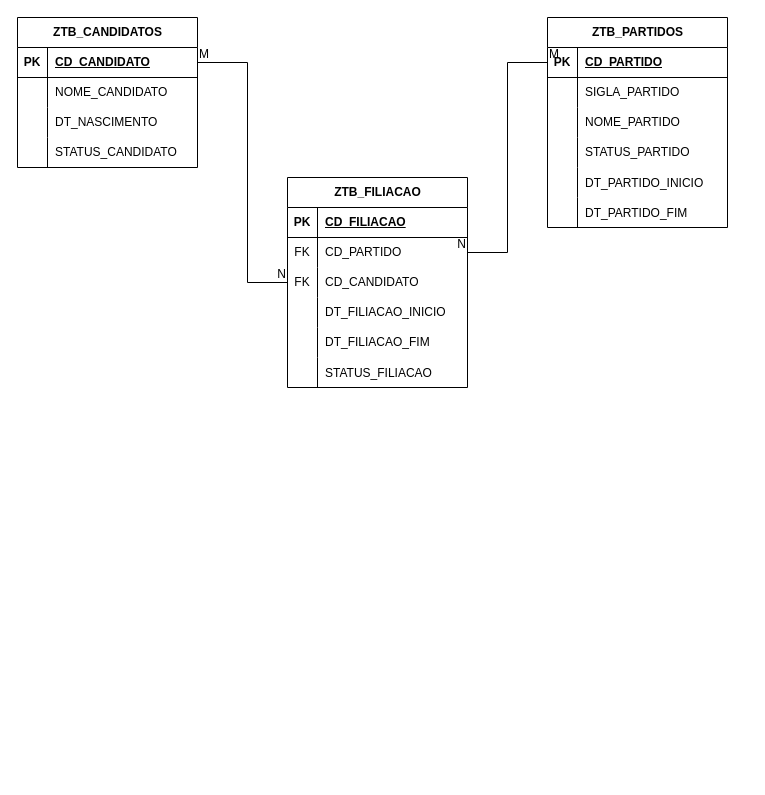
Earlier version of the draw.io diagram Diagrama sem nome.drawio (HerbertPossebon/Eleicoes). Source tidied: cells renumbered, new cells numbered last; positions are measured from the earlier drawing's top-left corner, leaving out a move shared by most shapes. Both pictures are drawn from the tidied source at 100%, with x=0, y=0 at pixel (17, 17).
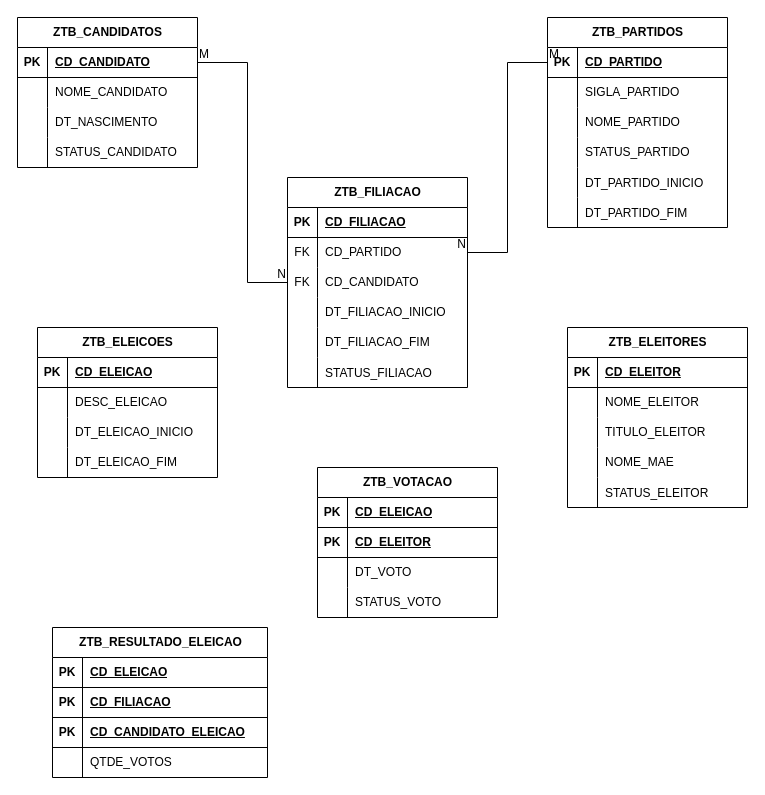
The same diagram, later.

Change to the diagram source:
```diff
@@
+    <mxCell id="59" value="ZTB_ELEICOES" style="shape=table;startSize=30;childLayout=tableLayout;rowLines=0;fontStyle=1;align=center;html=1;" parent="1" vertex="1">
+      <mxGeometry x="20" y="310" width="180" height="150" as="geometry" />
+    </mxCell>
+    <mxCell id="60" style="shape=tableRow;horizontal=0;startSize=0;swimlaneHead=0;swimlaneBody=0;fillColor=none;top=0;left=0;right=0;bottom=1;" parent="59" vertex="1">
+      <mxGeometry y="30" width="180" height="30" as="geometry" />
+    </mxCell>
+    <mxCell id="61" value="PK" style="shape=partialRectangle;fillColor=none;top=0;left=0;bottom=0;right=0;fontStyle=1;overflow=hidden;whiteSpace=wrap;html=1;" parent="60" vertex="1">
+      <mxGeometry width="30" height="30" as="geometry" />
+    </mxCell>
+    <mxCell id="62" value="CD_ELEICAO" style="shape=partialRectangle;fillColor=none;top=0;left=0;bottom=0;right=0;align=left;spacingLeft=6;fontStyle=5;overflow=hidden;whiteSpace=wrap;html=1;" parent="60" vertex="1">
+      <mxGeometry x="30" width="150" height="30" as="geometry" />
+    </mxCell>
+    <mxCell id="63" style="shape=tableRow;horizontal=0;startSize=0;swimlaneHead=0;swimlaneBody=0;fillColor=none;top=0;left=0;right=0;bottom=0;" parent="59" vertex="1">
+      <mxGeometry y="60" width="180" height="30" as="geometry" />
+    </mxCell>
+    <mxCell id="64" style="shape=partialRectangle;fillColor=none;top=0;left=0;bottom=0;right=0;overflow=hidden;whiteSpace=wrap;html=1;" parent="63" vertex="1">
+      <mxGeometry width="30" height="30" as="geometry" />
+    </mxCell>
+    <mxCell id="65" value="DESC_ELEICAO" style="shape=partialRectangle;fillColor=none;top=0;left=0;bottom=0;right=0;align=left;spacingLeft=6;overflow=hidden;whiteSpace=wrap;html=1;" parent="63" vertex="1">
+      <mxGeometry x="30" width="150" height="30" as="geometry" />
+    </mxCell>
+    <mxCell id="66" style="shape=tableRow;horizontal=0;startSize=0;swimlaneHead=0;swimlaneBody=0;fillColor=none;top=0;left=0;right=0;bottom=0;" parent="59" vertex="1">
+      <mxGeometry y="90" width="180" height="30" as="geometry" />
+    </mxCell>
+    <mxCell id="67" style="shape=partialRectangle;fillColor=none;top=0;left=0;bottom=0;right=0;overflow=hidden;whiteSpace=wrap;html=1;" parent="66" vertex="1">
+      <mxGeometry width="30" height="30" as="geometry" />
+    </mxCell>
+    <mxCell id="68" value="DT_ELEICAO_INICIO" style="shape=partialRectangle;fillColor=none;top=0;left=0;bottom=0;right=0;align=left;spacingLeft=6;overflow=hidden;whiteSpace=wrap;html=1;" parent="66" vertex="1">
+      <mxGeometry x="30" width="150" height="30" as="geometry" />
+    </mxCell>
+    <mxCell id="69" style="shape=tableRow;horizontal=0;startSize=0;swimlaneHead=0;swimlaneBody=0;fillColor=none;top=0;left=0;right=0;bottom=0;" parent="59" vertex="1">
+      <mxGeometry y="120" width="180" height="30" as="geometry" />
+    </mxCell>
+    <mxCell id="70" style="shape=partialRectangle;fillColor=none;top=0;left=0;bottom=0;right=0;overflow=hidden;whiteSpace=wrap;html=1;" parent="69" vertex="1">
+      <mxGeometry width="30" height="30" as="geometry" />
+    </mxCell>
+    <mxCell id="71" value="DT_ELEICAO_FIM" style="shape=partialRectangle;fillColor=none;top=0;left=0;bottom=0;right=0;align=left;spacingLeft=6;overflow=hidden;whiteSpace=wrap;html=1;" parent="69" vertex="1">
+      <mxGeometry x="30" width="150" height="30" as="geometry" />
+    </mxCell>
+    <mxCell id="72" value="ZTB_VOTACAO" style="shape=table;startSize=30;childLayout=tableLayout;rowLines=0;fontStyle=1;align=center;html=1;" parent="1" vertex="1">
+      <mxGeometry x="300" y="450" width="180" height="150" as="geometry" />
+    </mxCell>
+    <mxCell id="73" style="shape=tableRow;horizontal=0;startSize=0;swimlaneHead=0;swimlaneBody=0;fillColor=none;top=0;left=0;right=0;bottom=1;" parent="72" vertex="1">
+      <mxGeometry y="30" width="180" height="30" as="geometry" />
+    </mxCell>
+    <mxCell id="74" value="PK" style="shape=partialRectangle;fillColor=none;top=0;left=0;bottom=0;right=0;fontStyle=1;overflow=hidden;whiteSpace=wrap;html=1;" parent="73" vertex="1">
+      <mxGeometry width="30" height="30" as="geometry" />
+    </mxCell>
+    <mxCell id="75" value="CD_ELEICAO" style="shape=partialRectangle;fillColor=none;top=0;left=0;bottom=0;right=0;align=left;spacingLeft=6;fontStyle=5;overflow=hidden;whiteSpace=wrap;html=1;" parent="73" vertex="1">
+      <mxGeometry x="30" width="150" height="30" as="geometry" />
+    </mxCell>
+    <mxCell id="76" style="shape=tableRow;horizontal=0;startSize=0;swimlaneHead=0;swimlaneBody=0;fillColor=none;top=0;left=0;right=0;bottom=1;" parent="72" vertex="1">
+      <mxGeometry y="60" width="180" height="30" as="geometry" />
+    </mxCell>
+    <mxCell id="77" value="PK" style="shape=partialRectangle;fillColor=none;top=0;left=0;bottom=0;right=0;fontStyle=1;overflow=hidden;whiteSpace=wrap;html=1;" parent="76" vertex="1">
+      <mxGeometry width="30" height="30" as="geometry" />
+    </mxCell>
+    <mxCell id="78" value="CD_ELEITOR" style="shape=partialRectangle;fillColor=none;top=0;left=0;bottom=0;right=0;align=left;spacingLeft=6;fontStyle=5;overflow=hidden;whiteSpace=wrap;html=1;" parent="76" vertex="1">
+      <mxGeometry x="30" width="150" height="30" as="geometry" />
+    </mxCell>
+    <mxCell id="79" style="shape=tableRow;horizontal=0;startSize=0;swimlaneHead=0;swimlaneBody=0;fillColor=none;top=0;left=0;right=0;bottom=0;" parent="72" vertex="1">
+      <mxGeometry y="90" width="180" height="30" as="geometry" />
+    </mxCell>
+    <mxCell id="80" style="shape=partialRectangle;fillColor=none;top=0;left=0;bottom=0;right=0;overflow=hidden;whiteSpace=wrap;html=1;" parent="79" vertex="1">
+      <mxGeometry width="30" height="30" as="geometry" />
+    </mxCell>
+    <mxCell id="81" value="DT_VOTO" style="shape=partialRectangle;fillColor=none;top=0;left=0;bottom=0;right=0;align=left;spacingLeft=6;overflow=hidden;whiteSpace=wrap;html=1;" parent="79" vertex="1">
+      <mxGeometry x="30" width="150" height="30" as="geometry" />
+    </mxCell>
+    <mxCell id="82" style="shape=tableRow;horizontal=0;startSize=0;swimlaneHead=0;swimlaneBody=0;fillColor=none;top=0;left=0;right=0;bottom=0;" parent="72" vertex="1">
+      <mxGeometry y="120" width="180" height="30" as="geometry" />
+    </mxCell>
+    <mxCell id="83" style="shape=partialRectangle;fillColor=none;top=0;left=0;bottom=0;right=0;fontStyle=0;overflow=hidden;whiteSpace=wrap;html=1;" parent="82" vertex="1">
+      <mxGeometry width="30" height="30" as="geometry" />
+    </mxCell>
+    <mxCell id="84" value="STATUS_VOTO" style="shape=partialRectangle;fillColor=none;top=0;left=0;bottom=0;right=0;align=left;spacingLeft=6;fontStyle=0;overflow=hidden;whiteSpace=wrap;html=1;" parent="82" vertex="1">
+      <mxGeometry x="30" width="150" height="30" as="geometry" />
+    </mxCell>
+    <mxCell id="85" value="ZTB_ELEITORES" style="shape=table;startSize=30;childLayout=tableLayout;rowLines=0;fontStyle=1;align=center;html=1;" parent="1" vertex="1">
+      <mxGeometry x="550" y="310" width="180" height="180" as="geometry" />
+    </mxCell>
+    <mxCell id="86" style="shape=tableRow;horizontal=0;startSize=0;swimlaneHead=0;swimlaneBody=0;fillColor=none;top=0;left=0;right=0;bottom=1;" parent="85" vertex="1">
+      <mxGeometry y="30" width="180" height="30" as="geometry" />
+    </mxCell>
+    <mxCell id="87" value="PK" style="shape=partialRectangle;fillColor=none;top=0;left=0;bottom=0;right=0;fontStyle=1;overflow=hidden;whiteSpace=wrap;html=1;" parent="86" vertex="1">
+      <mxGeometry width="30" height="30" as="geometry" />
+    </mxCell>
+    <mxCell id="88" value="CD_ELEITOR" style="shape=partialRectangle;fillColor=none;top=0;left=0;bottom=0;right=0;align=left;spacingLeft=6;fontStyle=5;overflow=hidden;whiteSpace=wrap;html=1;" parent="86" vertex="1">
+      <mxGeometry x="30" width="150" height="30" as="geometry" />
+    </mxCell>
+    <mxCell id="89" style="shape=tableRow;horizontal=0;startSize=0;swimlaneHead=0;swimlaneBody=0;fillColor=none;top=0;left=0;right=0;bottom=0;" parent="85" vertex="1">
+      <mxGeometry y="60" width="180" height="30" as="geometry" />
+    </mxCell>
+    <mxCell id="90" style="shape=partialRectangle;fillColor=none;top=0;left=0;bottom=0;right=0;overflow=hidden;whiteSpace=wrap;html=1;" parent="89" vertex="1">
+      <mxGeometry width="30" height="30" as="geometry" />
+    </mxCell>
+    <mxCell id="91" value="NOME_ELEITOR" style="shape=partialRectangle;fillColor=none;top=0;left=0;bottom=0;right=0;align=left;spacingLeft=6;overflow=hidden;whiteSpace=wrap;html=1;" parent="89" vertex="1">
+      <mxGeometry x="30" width="150" height="30" as="geometry" />
+    </mxCell>
+    <mxCell id="92" style="shape=tableRow;horizontal=0;startSize=0;swimlaneHead=0;swimlaneBody=0;fillColor=none;top=0;left=0;right=0;bottom=0;" parent="85" vertex="1">
+      <mxGeometry y="90" width="180" height="30" as="geometry" />
+    </mxCell>
+    <mxCell id="93" style="shape=partialRectangle;fillColor=none;top=0;left=0;bottom=0;right=0;overflow=hidden;whiteSpace=wrap;html=1;" parent="92" vertex="1">
+      <mxGeometry width="30" height="30" as="geometry" />
+    </mxCell>
+    <mxCell id="94" value="TITULO_ELEITOR" style="shape=partialRectangle;fillColor=none;top=0;left=0;bottom=0;right=0;align=left;spacingLeft=6;overflow=hidden;whiteSpace=wrap;html=1;" parent="92" vertex="1">
+      <mxGeometry x="30" width="150" height="30" as="geometry" />
+    </mxCell>
+    <mxCell id="95" style="shape=tableRow;horizontal=0;startSize=0;swimlaneHead=0;swimlaneBody=0;fillColor=none;top=0;left=0;right=0;bottom=0;" parent="85" vertex="1">
+      <mxGeometry y="120" width="180" height="30" as="geometry" />
+    </mxCell>
+    <mxCell id="96" style="shape=partialRectangle;fillColor=none;top=0;left=0;bottom=0;right=0;overflow=hidden;whiteSpace=wrap;html=1;" parent="95" vertex="1">
+      <mxGeometry width="30" height="30" as="geometry" />
+    </mxCell>
+    <mxCell id="97" value="NOME_MAE" style="shape=partialRectangle;fillColor=none;top=0;left=0;bottom=0;right=0;align=left;spacingLeft=6;overflow=hidden;whiteSpace=wrap;html=1;" parent="95" vertex="1">
+      <mxGeometry x="30" width="150" height="30" as="geometry" />
+    </mxCell>
+    <mxCell id="98" style="shape=tableRow;horizontal=0;startSize=0;swimlaneHead=0;swimlaneBody=0;fillColor=none;top=0;left=0;right=0;bottom=0;" parent="85" vertex="1">
+      <mxGeometry y="150" width="180" height="30" as="geometry" />
+    </mxCell>
+    <mxCell id="99" style="shape=partialRectangle;fillColor=none;top=0;left=0;bottom=0;right=0;overflow=hidden;" parent="98" vertex="1">
+      <mxGeometry width="30" height="30" as="geometry" />
+    </mxCell>
+    <mxCell id="100" value="STATUS_ELEITOR" style="shape=partialRectangle;fillColor=none;top=0;left=0;bottom=0;right=0;align=left;spacingLeft=6;overflow=hidden;" parent="98" vertex="1">
+      <mxGeometry x="30" width="150" height="30" as="geometry" />
+    </mxCell>
+    <mxCell id="101" value="ZTB_RESULTADO_ELEICAO" style="shape=table;startSize=30;childLayout=tableLayout;rowLines=0;fontStyle=1;align=center;html=1;" parent="1" vertex="1">
+      <mxGeometry x="35" y="610" width="215" height="150" as="geometry" />
+    </mxCell>
+    <mxCell id="102" style="shape=tableRow;horizontal=0;startSize=0;swimlaneHead=0;swimlaneBody=0;fillColor=none;top=0;left=0;right=0;bottom=1;" parent="101" vertex="1">
+      <mxGeometry y="30" width="215" height="30" as="geometry" />
+    </mxCell>
+    <mxCell id="103" value="PK" style="shape=partialRectangle;fillColor=none;top=0;left=0;bottom=0;right=0;fontStyle=1;overflow=hidden;whiteSpace=wrap;html=1;" parent="102" vertex="1">
+      <mxGeometry width="30" height="30" as="geometry" />
+    </mxCell>
+    <mxCell id="104" value="CD_ELEICAO" style="shape=partialRectangle;fillColor=none;top=0;left=0;bottom=0;right=0;align=left;spacingLeft=6;fontStyle=5;overflow=hidden;whiteSpace=wrap;html=1;" parent="102" vertex="1">
+      <mxGeometry x="30" width="185" height="30" as="geometry" />
+    </mxCell>
+    <mxCell id="105" style="shape=tableRow;horizontal=0;startSize=0;swimlaneHead=0;swimlaneBody=0;fillColor=none;top=0;left=0;right=0;bottom=1;" parent="101" vertex="1">
+      <mxGeometry y="60" width="215" height="30" as="geometry" />
+    </mxCell>
+    <mxCell id="106" value="PK" style="shape=partialRectangle;fillColor=none;top=0;left=0;bottom=0;right=0;fontStyle=1;overflow=hidden;whiteSpace=wrap;html=1;" parent="105" vertex="1">
+      <mxGeometry width="30" height="30" as="geometry" />
+    </mxCell>
+    <mxCell id="107" value="CD_FILIACAO" style="shape=partialRectangle;fillColor=none;top=0;left=0;bottom=0;right=0;align=left;spacingLeft=6;fontStyle=5;overflow=hidden;whiteSpace=wrap;html=1;" parent="105" vertex="1">
+      <mxGeometry x="30" width="185" height="30" as="geometry" />
+    </mxCell>
+    <mxCell id="108" style="shape=tableRow;horizontal=0;startSize=0;swimlaneHead=0;swimlaneBody=0;fillColor=none;top=0;left=0;right=0;bottom=1;" parent="101" vertex="1">
+      <mxGeometry y="90" width="215" height="30" as="geometry" />
+    </mxCell>
+    <mxCell id="109" value="PK" style="shape=partialRectangle;fillColor=none;top=0;left=0;bottom=0;right=0;fontStyle=1;overflow=hidden;whiteSpace=wrap;html=1;" parent="108" vertex="1">
+      <mxGeometry width="30" height="30" as="geometry" />
+    </mxCell>
+    <mxCell id="110" value="CD_CANDIDATO_ELEICAO" style="shape=partialRectangle;fillColor=none;top=0;left=0;bottom=0;right=0;align=left;spacingLeft=6;fontStyle=5;overflow=hidden;whiteSpace=wrap;html=1;" parent="108" vertex="1">
+      <mxGeometry x="30" width="185" height="30" as="geometry" />
+    </mxCell>
+    <mxCell id="111" style="shape=tableRow;horizontal=0;startSize=0;swimlaneHead=0;swimlaneBody=0;fillColor=none;top=0;left=0;right=0;bottom=0;" parent="101" vertex="1">
+      <mxGeometry y="120" width="215" height="30" as="geometry" />
+    </mxCell>
+    <mxCell id="112" style="shape=partialRectangle;fillColor=none;top=0;left=0;bottom=0;right=0;overflow=hidden;whiteSpace=wrap;html=1;" parent="111" vertex="1">
+      <mxGeometry width="30" height="30" as="geometry" />
+    </mxCell>
+    <mxCell id="113" value="QTDE_VOTOS" style="shape=partialRectangle;fillColor=none;top=0;left=0;bottom=0;right=0;align=left;spacingLeft=6;overflow=hidden;whiteSpace=wrap;html=1;" parent="111" vertex="1">
+      <mxGeometry x="30" width="185" height="30" as="geometry" />
+    </mxCell>
```
